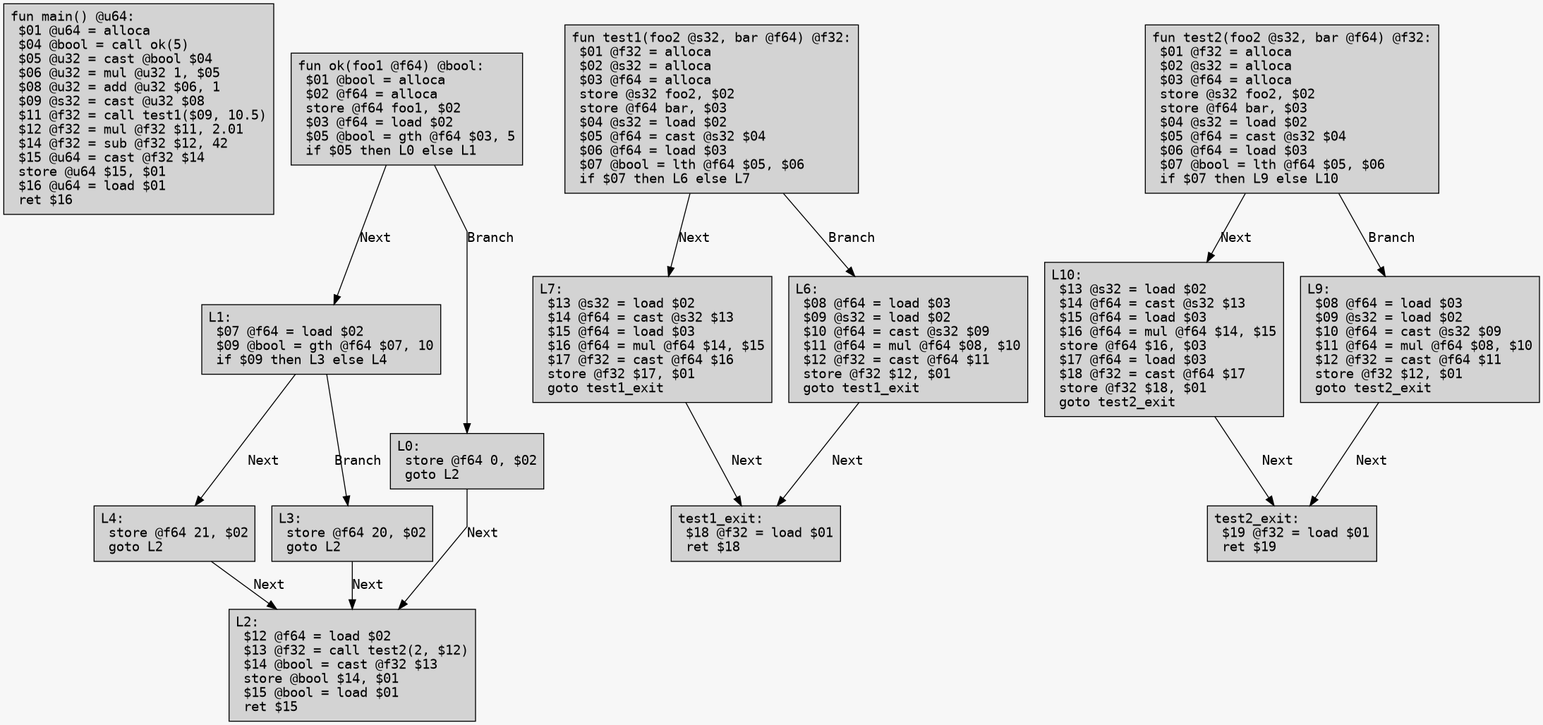
This is example/test_opt.png from Excse/arkoi_language, a Graphviz export, as it was before one commit. Its source is kept beside it as example/test_opt.dot.
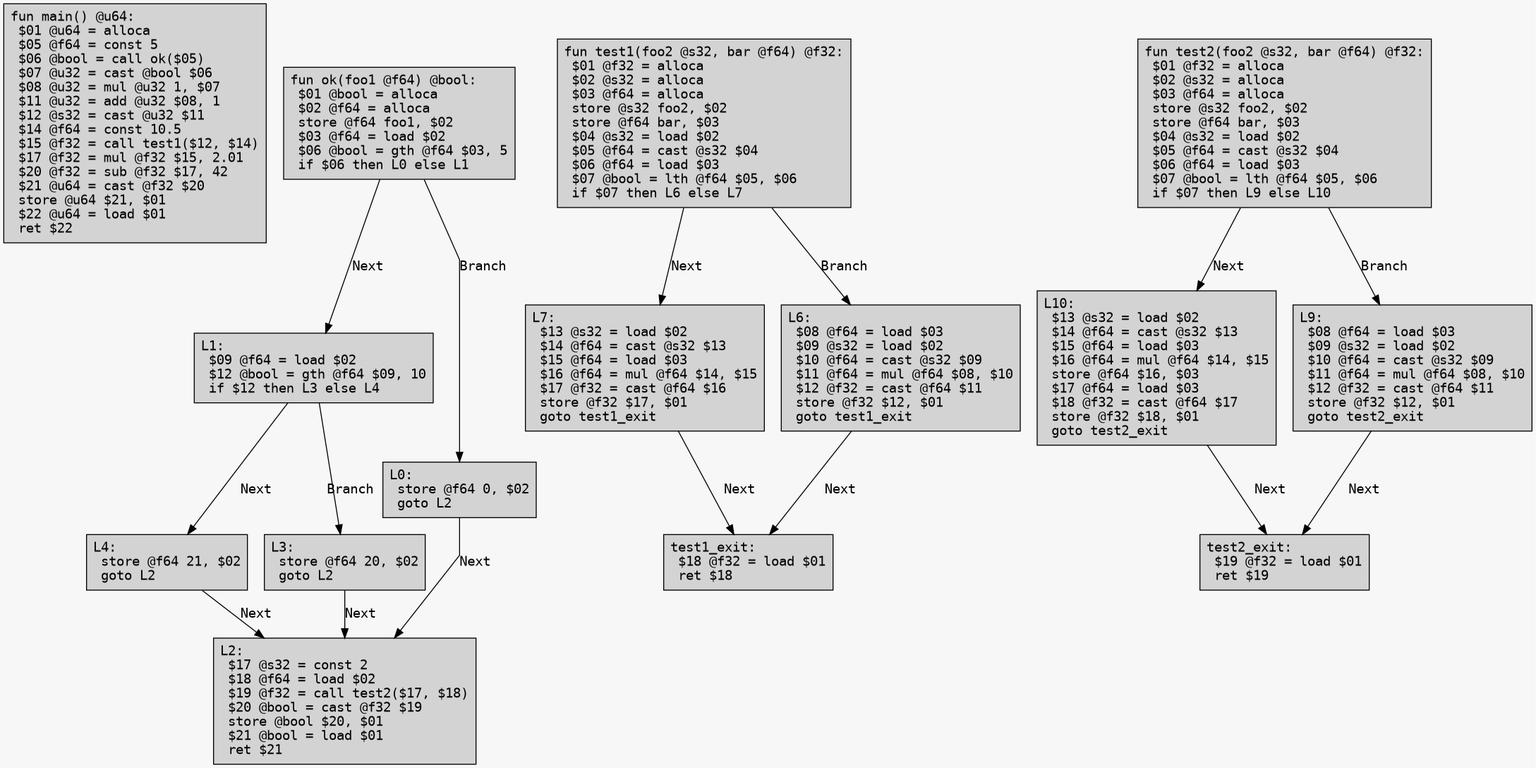
Above is the later version.

Change to the diagram source:
```diff
@@ -5,11 +5,11 @@
 	bgcolor = "#f7f7f7";
 	splines = false;
 
-	main_entry [label="fun main() @u64:\l $01 @u64 = alloca\l $04 @bool = call ok(5)\l $05 @u32 = cast @bool $04\l $06 @u32 = mul @u32 1, $05\l $08 @u32 = add @u32 $06, 1\l $09 @s32 = cast @u32 $08\l $11 @f32 = call test1($09, 10.5)\l $12 @f32 = mul @f32 $11, 2.01\l $14 @f32 = sub @f32 $12, 42\l $15 @u64 = cast @f32 $14\l store @u64 $15, $01\l $16 @u64 = load $01\l ret $16\l"];
-	ok_entry [label="fun ok(foo1 @f64) @bool:\l $01 @bool = alloca\l $02 @f64 = alloca\l store @f64 foo1, $02\l $03 @f64 = load $02\l $05 @bool = gth @f64 $03, 5\l if $05 then L0 else L1\l"];
+	main_entry [label="fun main() @u64:\l $01 @u64 = alloca\l $05 @f64 = const 5\l $06 @bool = call ok($05)\l $07 @u32 = cast @bool $06\l $08 @u32 = mul @u32 1, $07\l $11 @u32 = add @u32 $08, 1\l $12 @s32 = cast @u32 $11\l $14 @f64 = const 10.5\l $15 @f32 = call test1($12, $14)\l $17 @f32 = mul @f32 $15, 2.01\l $20 @f32 = sub @f32 $17, 42\l $21 @u64 = cast @f32 $20\l store @u64 $21, $01\l $22 @u64 = load $01\l ret $22\l"];
+	ok_entry [label="fun ok(foo1 @f64) @bool:\l $01 @bool = alloca\l $02 @f64 = alloca\l store @f64 foo1, $02\l $03 @f64 = load $02\l $06 @bool = gth @f64 $03, 5\l if $06 then L0 else L1\l"];
 	ok_entry -> L1 [label="Next"];
 	ok_entry -> L0 [label="Branch"];
-	L1 [label="L1:\l $07 @f64 = load $02\l $09 @bool = gth @f64 $07, 10\l if $09 then L3 else L4\l"];
+	L1 [label="L1:\l $09 @f64 = load $02\l $12 @bool = gth @f64 $09, 10\l if $12 then L3 else L4\l"];
 	L1 -> L4 [label="Next"];
 	L1 -> L3 [label="Branch"];
 	L4 [label="L4:\l store @f64 21, $02\l goto L2\l"];
@@ -18,7 +18,7 @@
 	L3 -> L2 [label="Next"];
 	L0 [label="L0:\l store @f64 0, $02\l goto L2\l"];
 	L0 -> L2 [label="Next"];
-	L2 [label="L2:\l $12 @f64 = load $02\l $13 @f32 = call test2(2, $12)\l $14 @bool = cast @f32 $13\l store @bool $14, $01\l $15 @bool = load $01\l ret $15\l"];
+	L2 [label="L2:\l $17 @s32 = const 2\l $18 @f64 = load $02\l $19 @f32 = call test2($17, $18)\l $20 @bool = cast @f32 $19\l store @bool $20, $01\l $21 @bool = load $01\l ret $21\l"];
 	test1_entry [label="fun test1(foo2 @s32, bar @f64) @f32:\l $01 @f32 = alloca\l $02 @s32 = alloca\l $03 @f64 = alloca\l store @s32 foo2, $02\l store @f64 bar, $03\l $04 @s32 = load $02\l $05 @f64 = cast @s32 $04\l $06 @f64 = load $03\l $07 @bool = lth @f64 $05, $06\l if $07 then L6 else L7\l"];
 	test1_entry -> L7 [label="Next"];
 	test1_entry -> L6 [label="Branch"];
```
